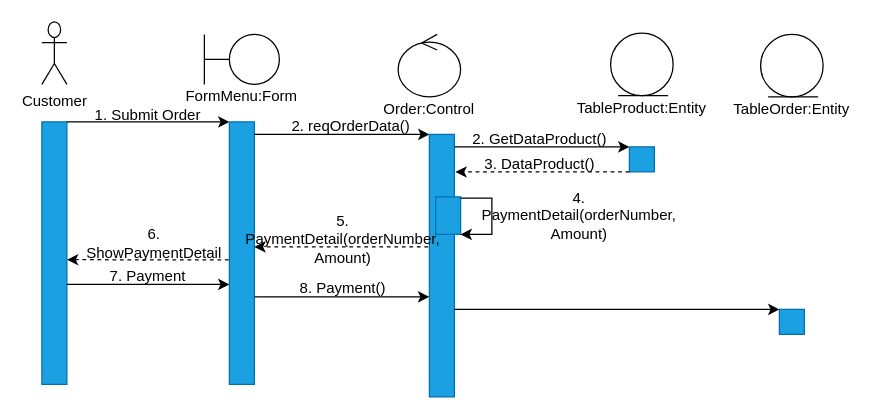
This is page "Sequence - Order" (2 of 3) of WBS.drawio from yogadwipayana/ERD, a draw.io file, before an edit. Source tidied: cells renumbered, new cells numbered last; positions are measured from the earlier drawing's top-left corner, leaving out a move shared by most shapes. Both pictures are drawn from the tidied source at 125%, with x=0, y=0 at pixel (41, 21).
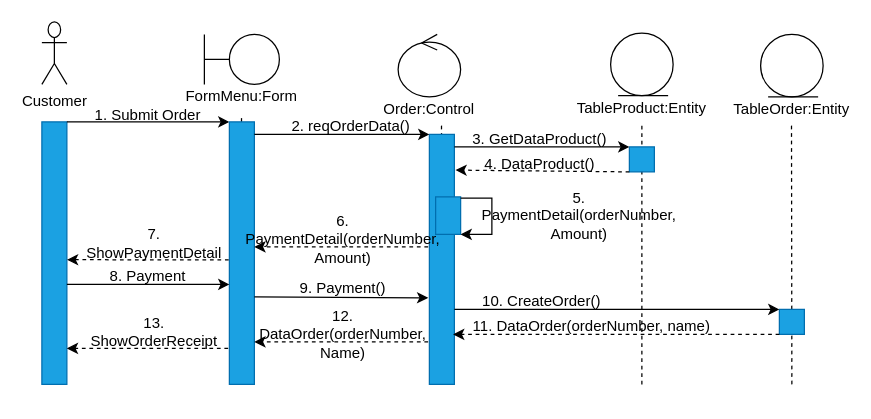
The same diagram, later.

The change refers to these unchanged cells:
```xml
<mxCell id="9" style="rounded=0;whiteSpace=wrap;html=1;direction=south;fillColor=#1ba1e2;fontColor=#ffffff;strokeColor=#006EAF;" parent="1" vertex="1">
  <mxGeometry x="150" y="80" width="20" height="210" as="geometry" />
</mxCell>
<mxCell id="38" style="rounded=0;whiteSpace=wrap;html=1;direction=south;fillColor=#1ba1e2;fontColor=#ffffff;strokeColor=#006EAF;" parent="1" vertex="1">
  <mxGeometry x="590" y="230" width="20" height="20" as="geometry" />
</mxCell>
```

What changed in the source:
```diff
@@
+    <mxCell id="40" style="endArrow=none;dashed=1;html=1;rounded=0;exitX=1;exitY=0.5;exitDx=0;exitDy=0;" parent="1" edge="1" source="9">
+      <mxGeometry relative="1" as="geometry">
+        <mxPoint x="159.7" y="74" as="targetPoint" />
+      </mxGeometry>
+    </mxCell>
+    <mxCell id="41" style="endArrow=none;dashed=1;html=1;rounded=0;" parent="1" edge="1">
+      <mxGeometry relative="1" as="geometry">
+        <mxPoint x="600" y="290" as="sourcePoint" />
+        <mxPoint x="599.7" y="80" as="targetPoint" />
+      </mxGeometry>
+    </mxCell>
+    <mxCell id="42" style="endArrow=none;dashed=1;html=1;rounded=0;exitX=1;exitY=0.5;exitDx=0;exitDy=0;" parent="1" edge="1" source="13">
+      <mxGeometry relative="1" as="geometry">
+        <mxPoint x="319.7" y="80" as="targetPoint" />
+      </mxGeometry>
+    </mxCell>
+    <mxCell id="43" style="endArrow=none;dashed=1;html=1;rounded=0;" parent="1" edge="1">
+      <mxGeometry relative="1" as="geometry">
+        <mxPoint x="480" y="290" as="sourcePoint" />
+        <mxPoint x="480" y="80" as="targetPoint" />
+      </mxGeometry>
+    </mxCell>
@@
     <mxCell id="13" style="rounded=0;whiteSpace=wrap;html=1;direction=south;fillColor=#1ba1e2;fontColor=#ffffff;strokeColor=#006EAF;" parent="1" vertex="1">
-      <mxGeometry x="310" y="90" width="20" height="210" as="geometry" />
+      <mxGeometry x="310" y="90" width="20" height="200" as="geometry" />
     </mxCell>
@@
-    <mxCell id="21" value="2. GetDataProduct()" style="text;html=1;whiteSpace=wrap;strokeColor=none;fillColor=none;align=center;verticalAlign=middle;rounded=0;" parent="1" vertex="1">
+    <mxCell id="21" value="3. GetDataProduct()" style="text;html=1;whiteSpace=wrap;strokeColor=none;fillColor=none;align=center;verticalAlign=middle;rounded=0;" parent="1" vertex="1">
       <mxGeometry x="341" y="84" width="115" height="20" as="geometry" />
     </mxCell>
@@
-    <mxCell id="23" value="3. DataProduct()" style="text;html=1;whiteSpace=wrap;strokeColor=none;fillColor=none;align=center;verticalAlign=middle;rounded=0;" parent="1" vertex="1">
+    <mxCell id="23" value="4. DataProduct()" style="text;html=1;whiteSpace=wrap;strokeColor=none;fillColor=none;align=center;verticalAlign=middle;rounded=0;" parent="1" vertex="1">
       <mxGeometry x="341" y="104" width="115" height="20" as="geometry" />
     </mxCell>
@@
-    <mxCell id="26" value="4. PaymentDetail(orderNumber, Amount)" style="text;html=1;whiteSpace=wrap;strokeColor=none;fillColor=none;align=center;verticalAlign=middle;rounded=0;" parent="1" vertex="1">
+    <mxCell id="26" value="5. PaymentDetail(orderNumber, Amount)" style="text;html=1;whiteSpace=wrap;strokeColor=none;fillColor=none;align=center;verticalAlign=middle;rounded=0;" parent="1" vertex="1">
       <mxGeometry x="360" y="145" width="140" height="20" as="geometry" />
     </mxCell>
@@
-    <mxCell id="28" value="5. PaymentDetail(orderNumber, Amount)" style="text;html=1;whiteSpace=wrap;strokeColor=none;fillColor=none;align=center;verticalAlign=middle;rounded=0;" parent="1" vertex="1">
+    <mxCell id="28" value="6. PaymentDetail(orderNumber, Amount)" style="text;html=1;whiteSpace=wrap;strokeColor=none;fillColor=none;align=center;verticalAlign=middle;rounded=0;" parent="1" vertex="1">
       <mxGeometry x="181" y="164" width="120" height="20" as="geometry" />
     </mxCell>
@@
-    <mxCell id="30" value="6. ShowPaymentDetail" style="text;html=1;whiteSpace=wrap;strokeColor=none;fillColor=none;align=center;verticalAlign=middle;rounded=0;" parent="1" vertex="1">
+    <mxCell id="30" value="7. ShowPaymentDetail" style="text;html=1;whiteSpace=wrap;strokeColor=none;fillColor=none;align=center;verticalAlign=middle;rounded=0;" parent="1" vertex="1">
       <mxGeometry x="40" y="167" width="100" height="20" as="geometry" />
     </mxCell>
@@
-    <mxCell id="32" value="7. Payment" style="text;html=1;whiteSpace=wrap;strokeColor=none;fillColor=none;align=center;verticalAlign=middle;rounded=0;" parent="1" vertex="1">
+    <mxCell id="32" value="8. Payment" style="text;html=1;whiteSpace=wrap;strokeColor=none;fillColor=none;align=center;verticalAlign=middle;rounded=0;" parent="1" vertex="1">
       <mxGeometry x="40" y="194" width="90" height="20" as="geometry" />
     </mxCell>
-    <mxCell id="33" style="endArrow=classic;html=1;rounded=0;exitX=0;exitY=0;exitDx=0;exitDy=0;entryX=0.619;entryY=1.008;entryDx=0;entryDy=0;entryPerimeter=0;" parent="1" edge="1" target="13">
+    <mxCell id="33" style="endArrow=classic;html=1;rounded=0;exitX=0;exitY=0;exitDx=0;exitDy=0;entryX=0.654;entryY=1.046;entryDx=0;entryDy=0;entryPerimeter=0;" parent="1" edge="1" target="13">
       <mxGeometry relative="1" as="geometry">
         <mxPoint x="170" y="220" as="sourcePoint" />
       </mxGeometry>
     </mxCell>
-    <mxCell id="34" value="8. Payment()" style="text;html=1;whiteSpace=wrap;strokeColor=none;fillColor=none;align=center;verticalAlign=middle;rounded=0;" parent="1" vertex="1">
+    <mxCell id="34" value="9. Payment()" style="text;html=1;whiteSpace=wrap;strokeColor=none;fillColor=none;align=center;verticalAlign=middle;rounded=0;" parent="1" vertex="1">
       <mxGeometry x="196" y="203" width="90" height="20" as="geometry" />
     </mxCell>
@@
+    <mxCell id="44" value="10. CreateOrder()" style="text;html=1;whiteSpace=wrap;strokeColor=none;fillColor=none;align=center;verticalAlign=middle;rounded=0;" parent="1" vertex="1">
+      <mxGeometry x="350" y="214" width="100" height="20" as="geometry" />
+    </mxCell>
+    <mxCell id="45" style="endArrow=classic;html=1;rounded=0;exitX=1;exitY=1;exitDx=0;exitDy=0;entryX=0.143;entryY=-0.045;entryDx=0;entryDy=0;entryPerimeter=0;dashed=1;" parent="1" edge="1" source="38">
+      <mxGeometry relative="1" as="geometry">
+        <mxPoint x="329" y="250" as="targetPoint" />
+      </mxGeometry>
+    </mxCell>
+    <mxCell id="46" value="11. DataOrder(orderNumber, name)" style="text;html=1;whiteSpace=wrap;strokeColor=none;fillColor=none;align=center;verticalAlign=middle;rounded=0;" parent="1" vertex="1">
+      <mxGeometry x="340" y="234" width="200" height="20" as="geometry" />
+    </mxCell>
+    <mxCell id="47" style="endArrow=classic;html=1;rounded=0;exitX=1;exitY=1;exitDx=0;exitDy=0;entryX=0.143;entryY=-0.045;entryDx=0;entryDy=0;entryPerimeter=0;dashed=1;" parent="1" edge="1">
+      <mxGeometry relative="1" as="geometry">
+        <mxPoint x="309" y="256" as="sourcePoint" />
+        <mxPoint x="170" y="256" as="targetPoint" />
+      </mxGeometry>
+    </mxCell>
+    <mxCell id="48" value="12. DataOrder(orderNumber, Name)" style="text;html=1;whiteSpace=wrap;strokeColor=none;fillColor=none;align=center;verticalAlign=middle;rounded=0;" parent="1" vertex="1">
+      <mxGeometry x="181" y="240" width="120" height="20" as="geometry" />
+    </mxCell>
+    <mxCell id="49" style="endArrow=classic;html=1;rounded=0;exitX=0.526;exitY=1.027;exitDx=0;exitDy=0;entryX=0.525;entryY=-0.006;entryDx=0;entryDy=0;entryPerimeter=0;dashed=1;exitPerimeter=0;" parent="1" edge="1">
+      <mxGeometry relative="1" as="geometry">
+        <mxPoint x="149" y="261.2" as="sourcePoint" />
+        <mxPoint x="20" y="261.2" as="targetPoint" />
+      </mxGeometry>
+    </mxCell>
+    <mxCell id="50" value="13. ShowOrderReceipt" style="text;html=1;whiteSpace=wrap;strokeColor=none;fillColor=none;align=center;verticalAlign=middle;rounded=0;" parent="1" vertex="1">
+      <mxGeometry x="40" y="238.2" width="100" height="20" as="geometry" />
+    </mxCell>
```
